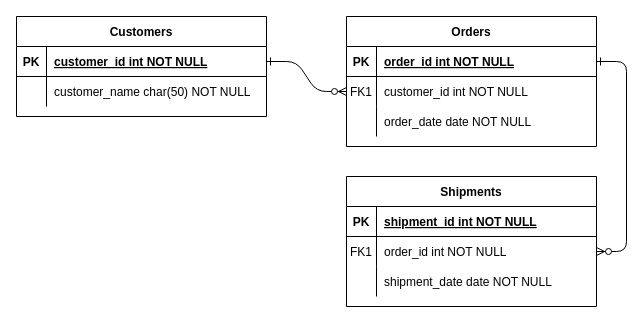
mfrettes/Informatorio2 keeps this draw.io diagram as Diagrama sin título.drawio. Above is the earlier version. Source tidied: cells renumbered, new cells numbered last; positions are measured from the earlier drawing's top-left corner, leaving out a move shared by most shapes. Both pictures are drawn from the tidied source at 100%, with x=0, y=0 at pixel (16, 16).
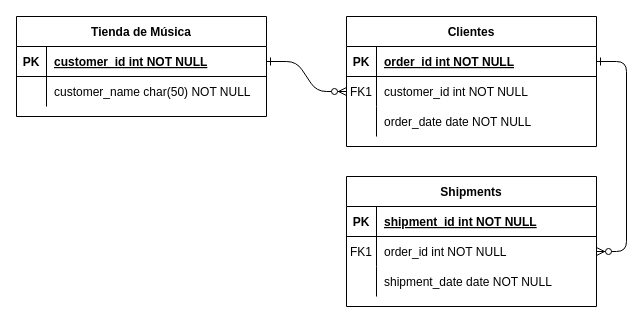
The same page after the edit.

Commit message:
Actualizar Diagrama con nombres

What changed in the source:
```diff
@@
-    <mxCell id="4" value="Orders" style="shape=table;startSize=30;childLayout=tableLayout;rowLines=0;fontStyle=1;align=center;" parent="1" vertex="1">
+    <mxCell id="4" value="Clientes" style="shape=table;startSize=30;childLayout=tableLayout;rowLines=0;fontStyle=1;align=center;" parent="1" vertex="1">
       <mxGeometry x="330" width="250" height="130" as="geometry" />
     </mxCell>
@@
-    <mxCell id="24" value="Customers" style="shape=table;startSize=30;childLayout=tableLayout;rowLines=0;fontStyle=1;align=center;" parent="1" vertex="1">
+    <mxCell id="24" value="Tienda de Música" style="shape=table;startSize=30;childLayout=tableLayout;rowLines=0;fontStyle=1;align=center;" parent="1" vertex="1">
       <mxGeometry width="250" height="100" as="geometry" />
     </mxCell>
```
